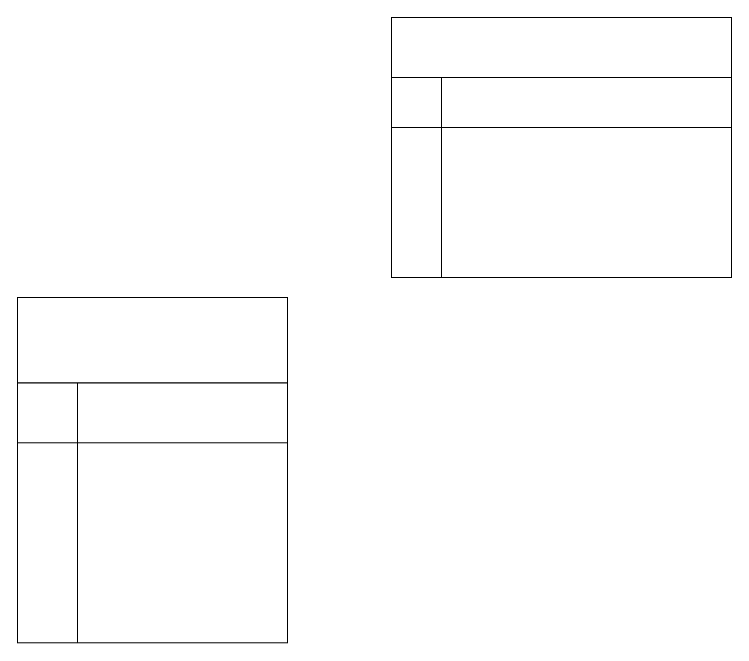
Jong-BinPark/practice keeps this draw.io diagram as 제목 없는 다이어그램.drawio. Above is the earlier version. Source tidied: cells renumbered, new cells numbered last; positions are measured from the earlier drawing's top-left corner, leaving out a move shared by most shapes. Both pictures are drawn from the tidied source at 100%, with x=0, y=0 at pixel (17, 17).
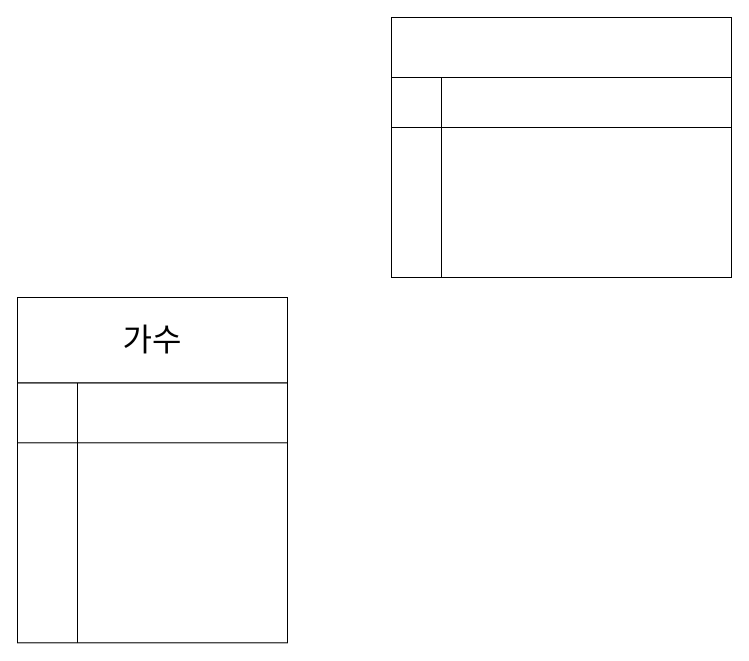
After the change.

Commit message:
제목 없는 다이어그램.drawio 업데이트

What changed in the source:
```diff
@@
 <mxGraphModel>
   <root>
     <mxCell id="0" />
     <mxCell id="1" parent="0" />
     <mxCell id="2" style="group;" parent="1" vertex="1">
       <mxGeometry x="374" width="340" height="260" as="geometry" />
     </mxCell>
     <mxCell id="3" style="shape=internalStorage;whiteSpace=wrap;html=1;backgroundOutline=1;dx=50;dy=50;" parent="2" vertex="1">
       <mxGeometry y="60" width="340" height="200" as="geometry" />
     </mxCell>
     <mxCell id="4" style="rounded=0;whiteSpace=wrap;html=1;" parent="2" vertex="1">
       <mxGeometry width="340" height="60" as="geometry" />
     </mxCell>
     <mxCell id="5" style="group;" parent="1" vertex="1">
       <mxGeometry y="280" width="270" height="345.3" as="geometry" />
     </mxCell>
     <mxCell id="6" style="shape=internalStorage;whiteSpace=wrap;html=1;backgroundOutline=1;dx=60;dy=60;" parent="5" vertex="1">
       <mxGeometry y="85.3" width="270" height="260" as="geometry" />
     </mxCell>
-    <mxCell id="7" style="rounded=0;whiteSpace=wrap;html=1;" parent="5" vertex="1">
+    <mxCell id="7" value="&lt;font style=&quot;font-size: 32px;&quot;&gt;가수&lt;/font&gt;" style="rounded=0;whiteSpace=wrap;html=1;" parent="5" vertex="1">
       <mxGeometry width="270" height="85.3" as="geometry" />
     </mxCell>
   </root>
 </mxGraphModel>
```
